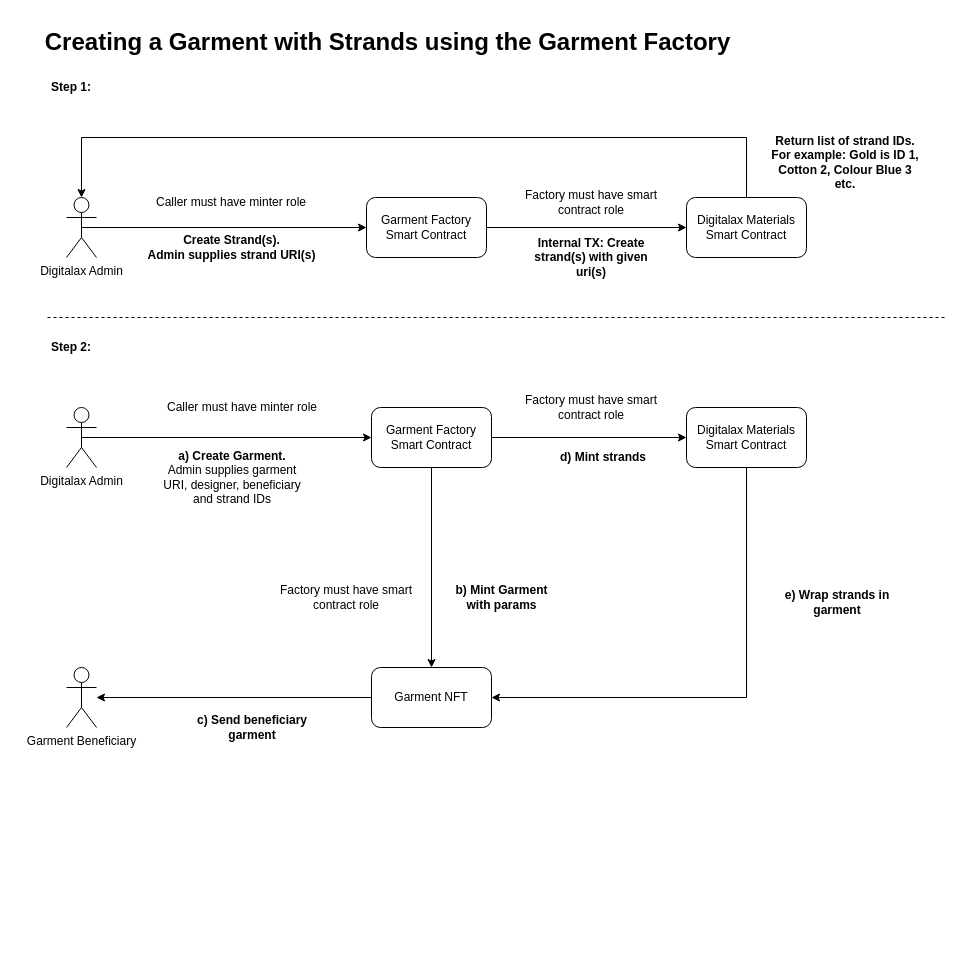
Above: smart-contracts/docs/CreateGarmentWithStrands.drawio in Flash-Fashions/digitalax-contracts (draw.io), before the change. Source tidied: cells renumbered, new cells numbered last; positions are measured from the earlier drawing's top-left corner, leaving out a move shared by most shapes. Both pictures are drawn from the tidied source at 100%, with x=0, y=0 at pixel (17, 17).
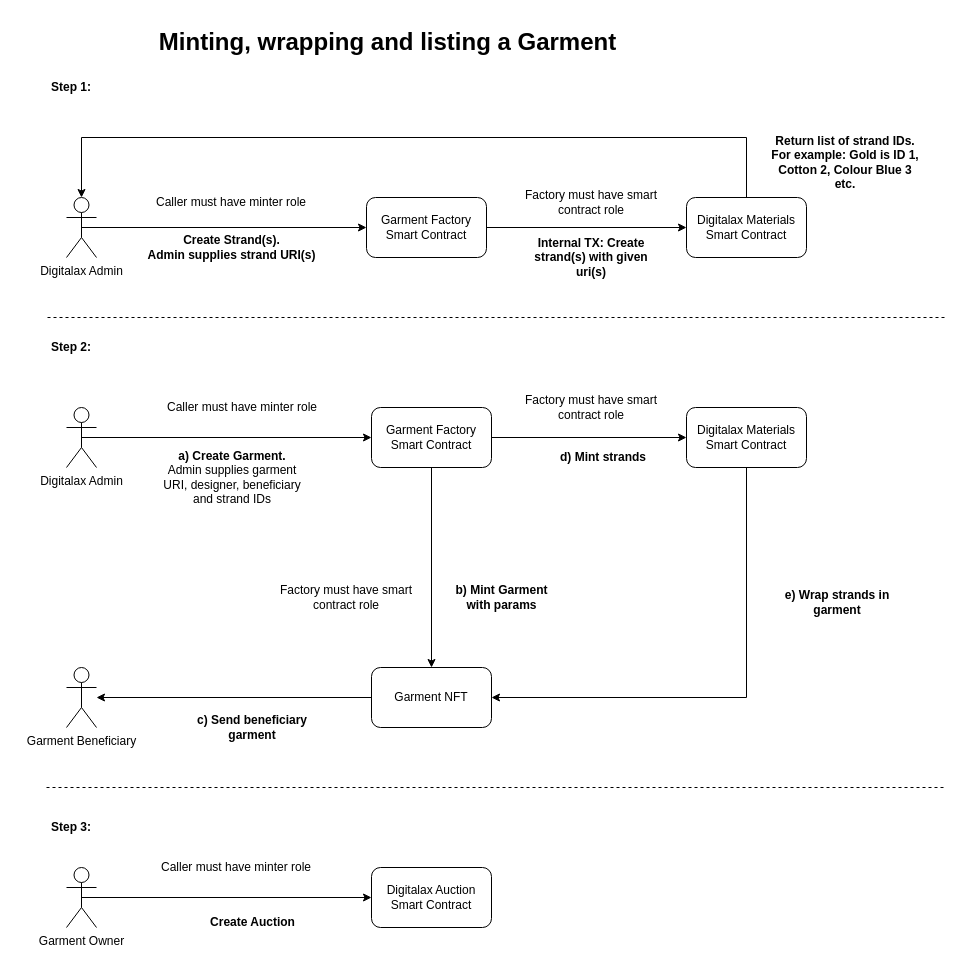
Above is the later version.

Commit message (it also covers changes not shown here):
finished minting and listing diagram

The edit, as a diff of the source:
```diff
@@
-    <mxCell id="2" value="Creating a Garment with Strands using the Garment Factory" style="text;strokeColor=none;fillColor=none;html=1;fontSize=24;fontStyle=1;verticalAlign=middle;align=center;" parent="1" vertex="1">
+    <mxCell id="2" value="Minting, wrapping and listing a Garment" style="text;strokeColor=none;fillColor=none;html=1;fontSize=24;fontStyle=1;verticalAlign=middle;align=center;" parent="1" vertex="1">
       <mxGeometry width="740" height="50" as="geometry" />
     </mxCell>
@@
+    <mxCell id="35" style="endArrow=none;dashed=1;html=1;" parent="1" edge="1">
+      <mxGeometry relative="1" as="geometry">
+        <mxPoint x="29" y="770" as="sourcePoint" />
+        <mxPoint x="929" y="770" as="targetPoint" />
+      </mxGeometry>
+    </mxCell>
+    <mxCell id="36" value="&lt;b&gt;Step 3:&lt;/b&gt;" style="text;html=1;strokeColor=none;fillColor=none;align=center;verticalAlign=middle;whiteSpace=wrap;rounded=0;" parent="1" vertex="1">
+      <mxGeometry x="29" y="800" width="50" height="20" as="geometry" />
+    </mxCell>
+    <mxCell id="37" style="edgeStyle=orthogonalEdgeStyle;rounded=0;jettySize=auto;html=1;exitX=0.5;exitY=0.5;exitDx=0;exitDy=0;exitPerimeter=0;" parent="1" edge="1" source="38" target="39">
+      <mxGeometry relative="1" as="geometry" />
+    </mxCell>
+    <mxCell id="38" value="Garment Owner" style="shape=umlActor;verticalLabelPosition=bottom;verticalAlign=top;html=1;outlineConnect=0;" parent="1" vertex="1">
+      <mxGeometry x="49" y="850" width="30" height="60" as="geometry" />
+    </mxCell>
+    <mxCell id="39" value="Digitalax Auction Smart Contract" style="rounded=1;whiteSpace=wrap;html=1;" parent="1" vertex="1">
+      <mxGeometry x="354" y="850" width="120" height="60" as="geometry" />
+    </mxCell>
+    <mxCell id="40" value="Caller must have minter role" style="text;html=1;strokeColor=none;fillColor=none;align=center;verticalAlign=middle;whiteSpace=wrap;rounded=0;" parent="1" vertex="1">
+      <mxGeometry x="134" y="820" width="170" height="60" as="geometry" />
+    </mxCell>
+    <mxCell id="41" value="&lt;b&gt;Create Auction&lt;/b&gt;" style="text;html=1;align=center;verticalAlign=middle;" parent="1" vertex="1">
+      <mxGeometry x="185" y="895" width="100" height="20" as="geometry" />
+    </mxCell>
```
